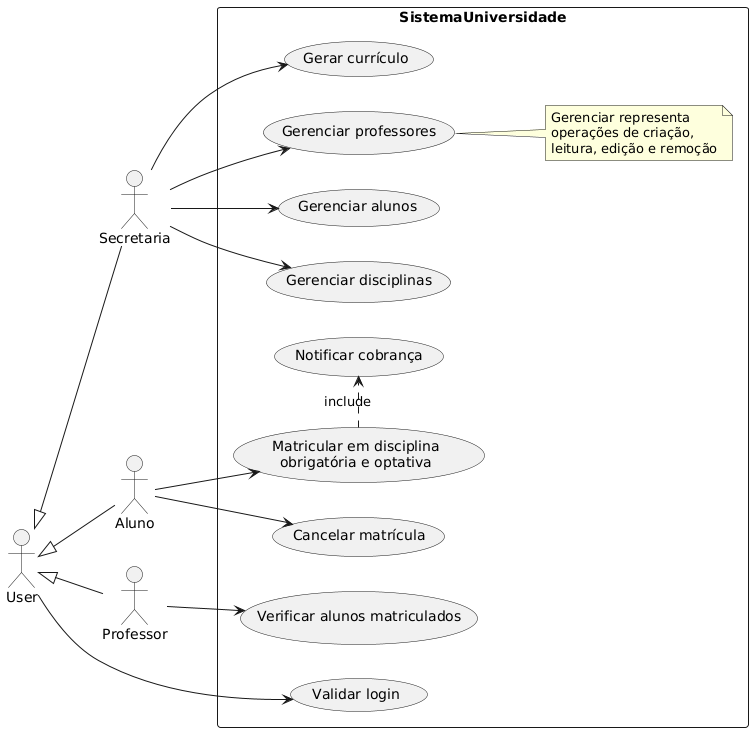
This is project/img/UseCase.png from thevinilima/lds-sprint1, a PlantUML export, as it was before one commit.
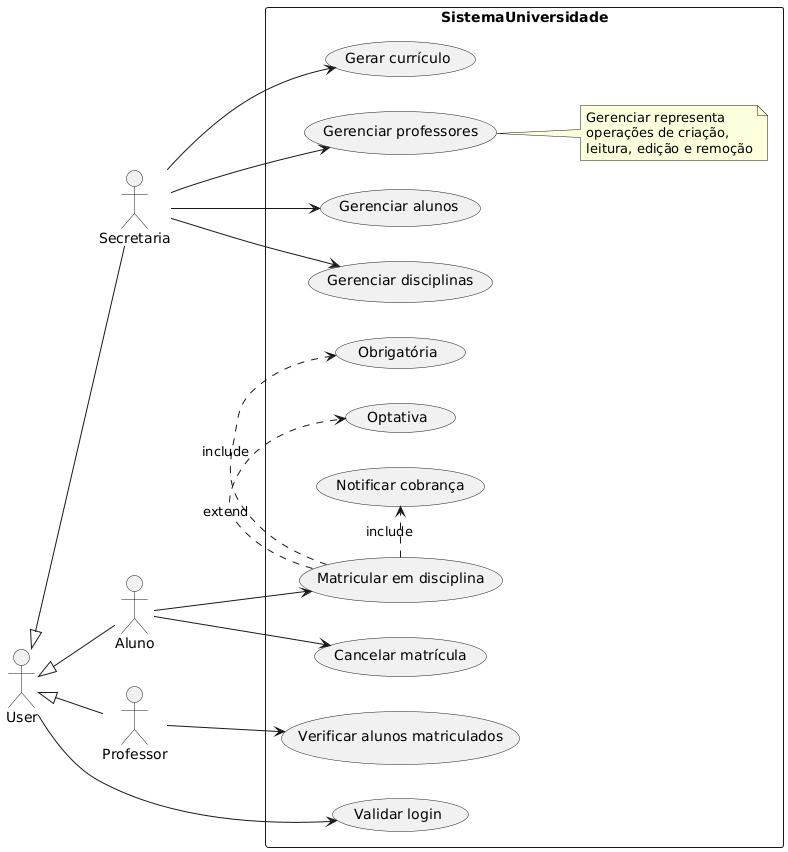
Later version of the same file.

What changed in the source:
```diff
@@ -30,14 +30,17 @@
   leitura, edição e remoção
 end note
 
-usecase a1 as "Matricular em disciplina
-obrigatória e optativa"
+usecase a1 as "Matricular em disciplina"
 usecase "Cancelar matrícula" as a2
 usecase "Notificar cobrança" as a3
+usecase "Obrigatória" as a4
+usecase "Optativa" as a5
 
 a --> a1
 a1 .> a3 : include
 a --> a2
+a1 .> a4 : include
+a1 .> a5 : extend
 
 
 usecase "Verificar alunos matriculados" as p1
```
